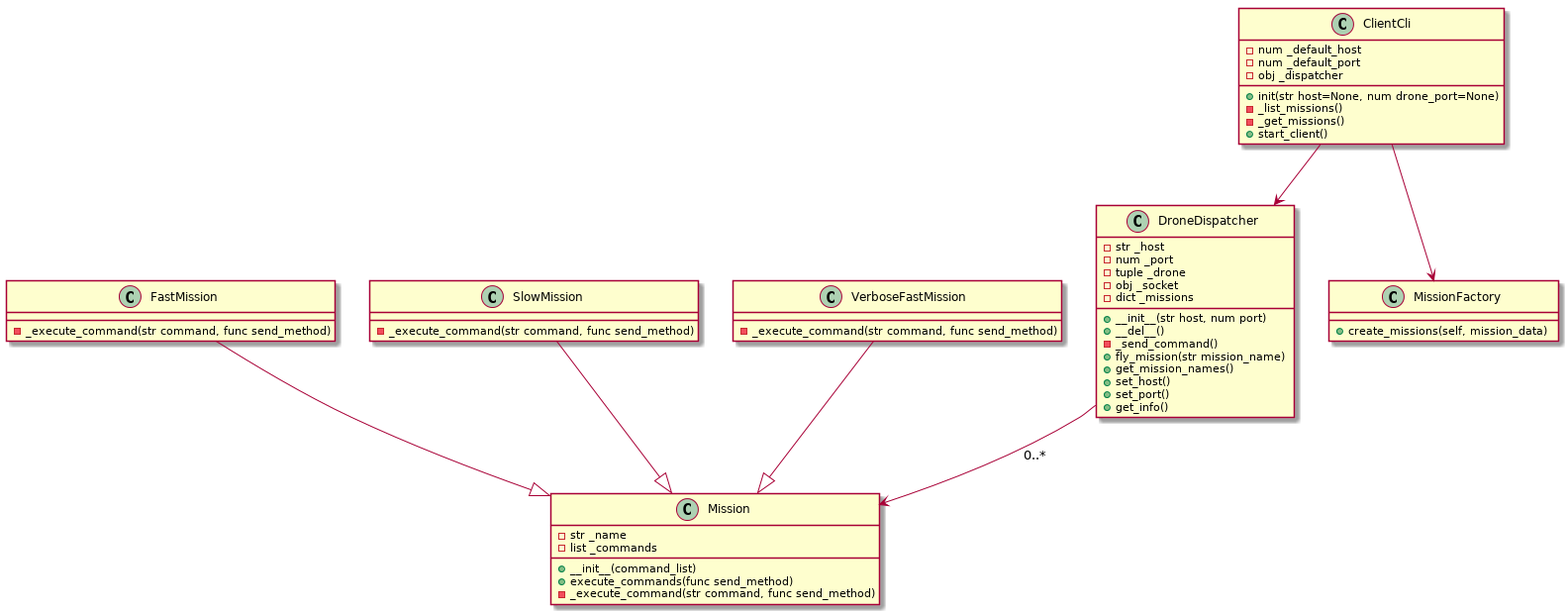
Before: classDiagrams.png, a diagram exported from PlantUML (garryjable/telloDrone).
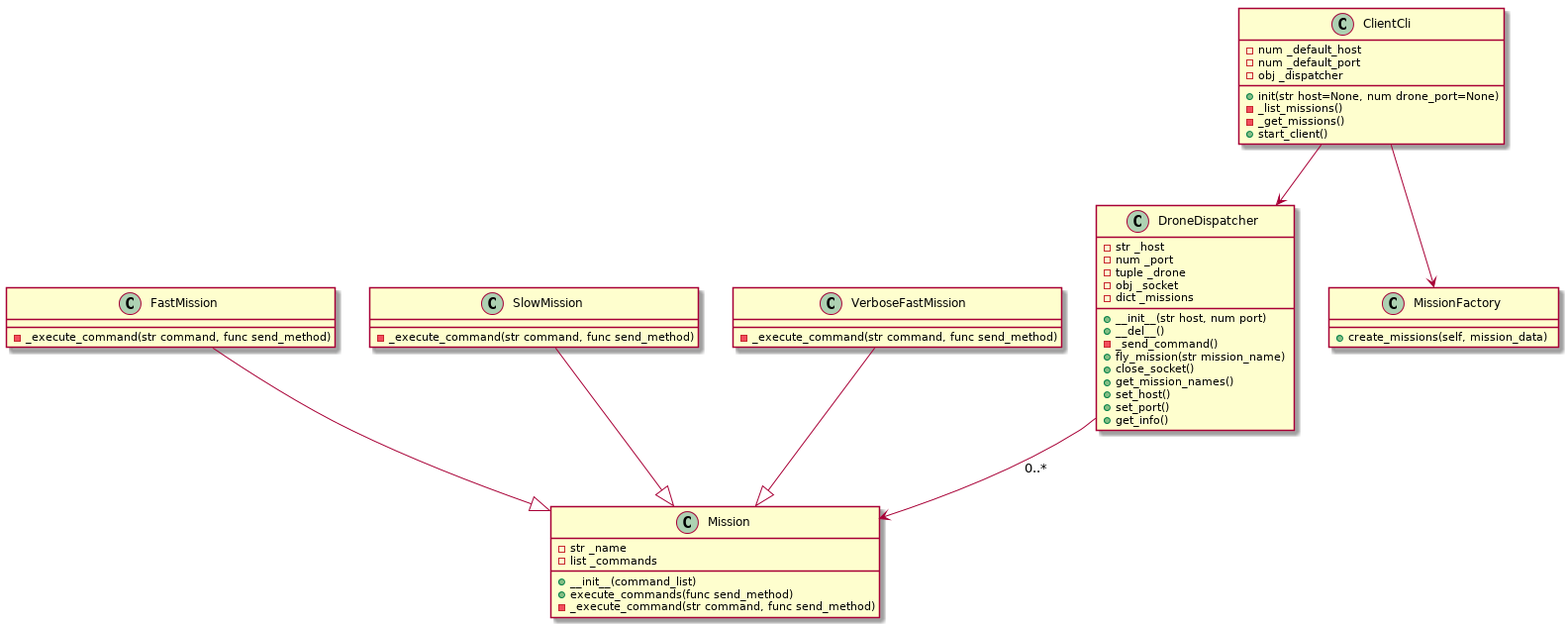
The same file after the commit.

The edit, as a diff of the source:
```diff
@@ -17,6 +17,7 @@
     +__del__()
     -_send_command()
     +fly_mission(str mission_name)
+    +close_socket()
     +get_mission_names()
     +set_host()
     +set_port()
```
